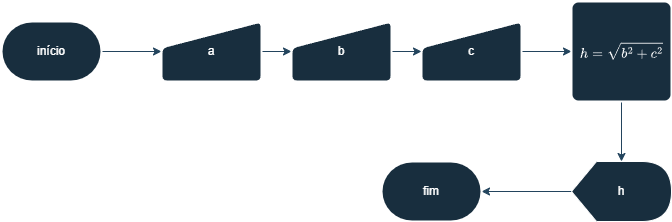
Above: Parte-1/atividade4.png in kf-martins-uel/algoritmos-atividade1 (draw.io), before the change. Source tidied: cells renumbered, new cells last; positions are measured from the earlier drawing's top-left corner, leaving out a move shared by most shapes.
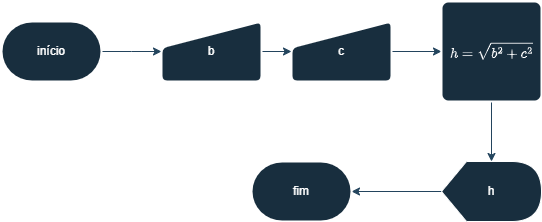
Above is the later version.

What changed in the source:
```diff
@@ -2,18 +2,14 @@
   <root>
     <mxCell id="0" />
     <mxCell id="1" parent="0" />
-    <mxCell id="2" style="edgeStyle=orthogonalEdgeStyle;rounded=0;jettySize=auto;html=1;labelBackgroundColor=none;strokeColor=#23445D;fontColor=default;" parent="1" edge="1" source="3" target="5">
-      <mxGeometry relative="1" as="geometry" />
+    <mxCell id="2" style="edgeStyle=orthogonalEdgeStyle;rounded=0;jettySize=auto;html=1;labelBackgroundColor=none;strokeColor=#23445D;fontColor=default;" parent="1" edge="1" source="3">
+      <mxGeometry relative="1" as="geometry">
+        <mxPoint x="290" y="50" as="targetPoint" />
+      </mxGeometry>
     </mxCell>
     <mxCell id="3" value="início" style="strokeWidth=2;html=1;shape=mxgraph.flowchart.terminator;whiteSpace=wrap;labelBackgroundColor=none;fillColor=#182E3E;strokeColor=#FFFFFF;fontColor=#FFFFFF;" parent="1" vertex="1">
-      <mxGeometry y="20" width="100" height="60" as="geometry" />
+      <mxGeometry x="130" y="20" width="100" height="60" as="geometry" />
     </mxCell>
-    <mxCell id="4" style="edgeStyle=orthogonalEdgeStyle;rounded=0;jettySize=auto;html=1;labelBackgroundColor=none;strokeColor=#23445D;fontColor=default;" parent="1" edge="1" source="5" target="9">
-      <mxGeometry relative="1" as="geometry" />
-    </mxCell>
-    <mxCell id="5" value="a" style="html=1;strokeWidth=2;shape=manualInput;whiteSpace=wrap;rounded=1;size=26;arcSize=11;strokeColor=#FFFFFF;fontColor=#FFFFFF;fillColor=#182E3E;labelBackgroundColor=none;" parent="1" vertex="1">
-      <mxGeometry x="160" y="20" width="100" height="60" as="geometry" />
-    </mxCell>
     <mxCell id="6" style="edgeStyle=orthogonalEdgeStyle;rounded=0;jettySize=auto;html=1;labelBackgroundColor=none;strokeColor=#23445D;fontColor=default;" parent="1" edge="1" source="7" target="11">
       <mxGeometry relative="1" as="geometry" />
     </mxCell>
```
